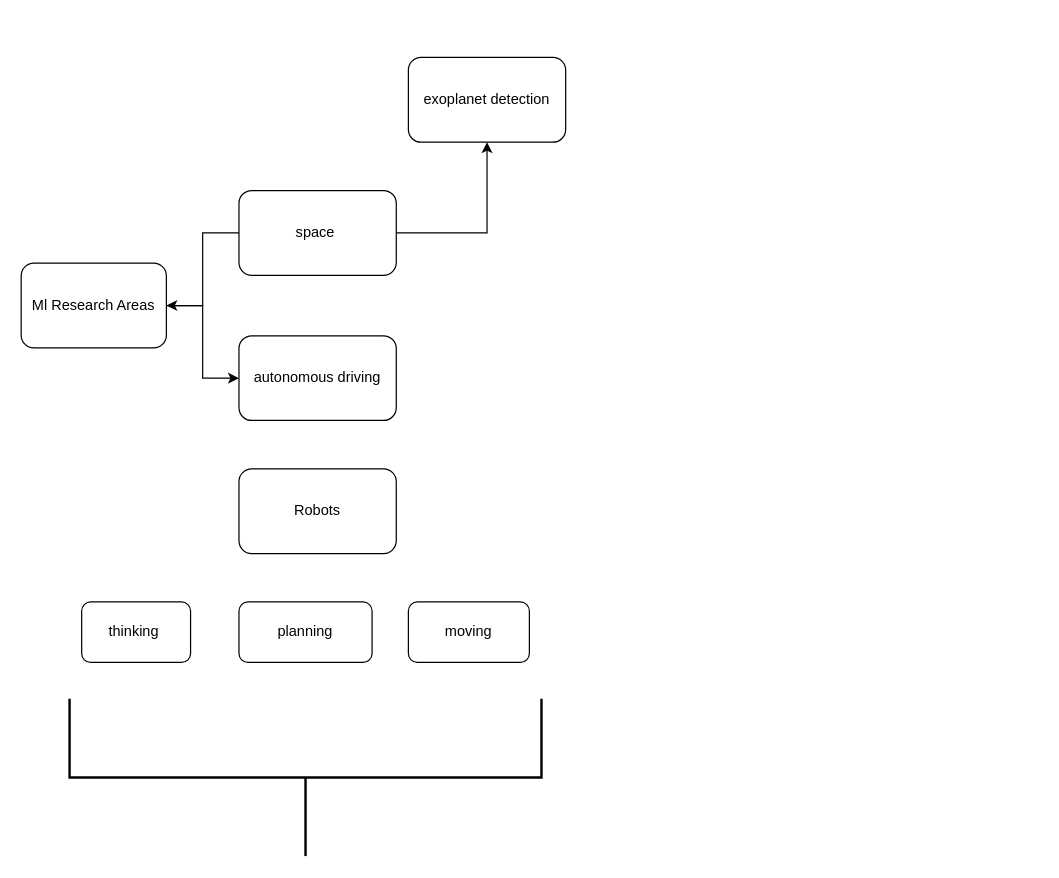
Earlier version of the draw.io diagram first.drawio (code-learning-archive/ml-research-ideas). Source tidied: cells renumbered, new cells numbered last; positions are measured from the earlier drawing's top-left corner, leaving out a move shared by most shapes. Both pictures are drawn from the tidied source at 121%, with x=0, y=0 at pixel (21, 57).
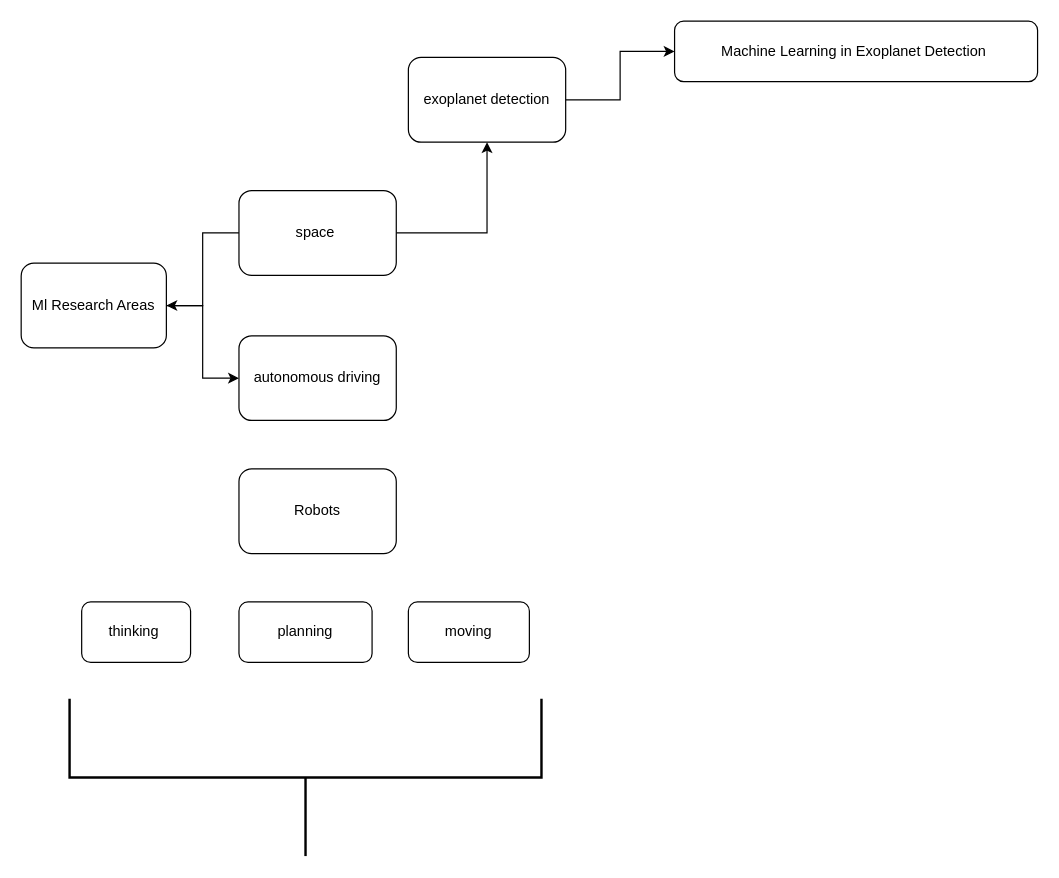
The same page after the edit.

Change to the diagram source:
```diff
@@
 <mxGraphModel>
   <root>
     <mxCell id="0" />
     <mxCell id="1" parent="0" />
     <mxCell id="2" style="edgeStyle=orthogonalEdgeStyle;rounded=0;jettySize=auto;html=1;" parent="1" edge="1" source="3" target="7">
       <mxGeometry relative="1" as="geometry" />
     </mxCell>
     <mxCell id="3" value="Ml Research Areas" style="rounded=1;whiteSpace=wrap;html=1;" parent="1" vertex="1">
       <mxGeometry y="170" width="120" height="70" as="geometry" />
     </mxCell>
     <mxCell id="4" style="edgeStyle=orthogonalEdgeStyle;rounded=0;jettySize=auto;html=1;" parent="1" edge="1" source="6" target="3">
       <mxGeometry relative="1" as="geometry" />
     </mxCell>
     <mxCell id="5" style="edgeStyle=orthogonalEdgeStyle;rounded=0;jettySize=auto;html=1;" parent="1" edge="1" source="6" target="13">
       <mxGeometry relative="1" as="geometry" />
     </mxCell>
     <mxCell id="6" value="space&amp;nbsp;" style="rounded=1;whiteSpace=wrap;html=1;" parent="1" vertex="1">
       <mxGeometry x="180" y="110" width="130" height="70" as="geometry" />
     </mxCell>
     <mxCell id="7" value="autonomous driving" style="rounded=1;whiteSpace=wrap;html=1;" parent="1" vertex="1">
       <mxGeometry x="180" y="230" width="130" height="70" as="geometry" />
     </mxCell>
     <mxCell id="8" value="Robots" style="rounded=1;whiteSpace=wrap;html=1;" parent="1" vertex="1">
       <mxGeometry x="180" y="340" width="130" height="70" as="geometry" />
     </mxCell>
     <mxCell id="9" value="moving" style="rounded=1;whiteSpace=wrap;html=1;" parent="1" vertex="1">
       <mxGeometry x="320" y="450" width="100" height="50" as="geometry" />
     </mxCell>
     <mxCell id="10" value="planning" style="rounded=1;whiteSpace=wrap;html=1;" parent="1" vertex="1">
       <mxGeometry x="180" y="450" width="110" height="50" as="geometry" />
     </mxCell>
     <mxCell id="11" value="thinking&amp;nbsp;" style="rounded=1;whiteSpace=wrap;html=1;" parent="1" vertex="1">
       <mxGeometry x="50" y="450" width="90" height="50" as="geometry" />
     </mxCell>
     <mxCell id="12" style="strokeWidth=2;html=1;shape=mxgraph.flowchart.annotation_2;align=left;labelPosition=right;rotation=-90;" parent="1" vertex="1">
       <mxGeometry x="170" y="400" width="130" height="390" as="geometry" />
     </mxCell>
+    <mxCell id="14" style="edgeStyle=orthogonalEdgeStyle;rounded=0;jettySize=auto;html=1;" parent="1" edge="1" source="13" target="15">
+      <mxGeometry relative="1" as="geometry" />
+    </mxCell>
     <mxCell id="13" value="exoplanet detection" style="rounded=1;whiteSpace=wrap;html=1;" parent="1" vertex="1">
       <mxGeometry x="320" width="130" height="70" as="geometry" />
     </mxCell>
+    <mxCell id="15" value="Machine Learning in Exoplanet Detection&amp;nbsp;" style="rounded=1;whiteSpace=wrap;html=1;" parent="1" vertex="1">
+      <mxGeometry x="540" y="-30" width="300" height="50" as="geometry" />
+    </mxCell>
   </root>
 </mxGraphModel>
```
